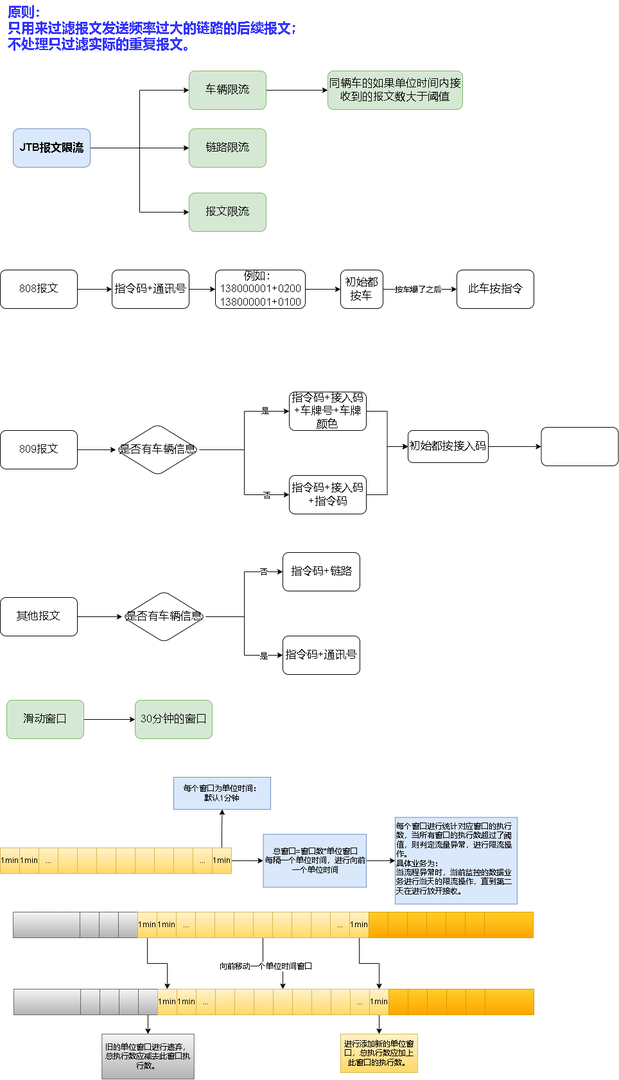
Before: jtb报文限流.drawio.png, a diagram exported from draw.io (xktder/draw). Source tidied: cells renumbered, new cells last; positions are measured from the earlier drawing's top-left corner, leaving out a move shared by most shapes.
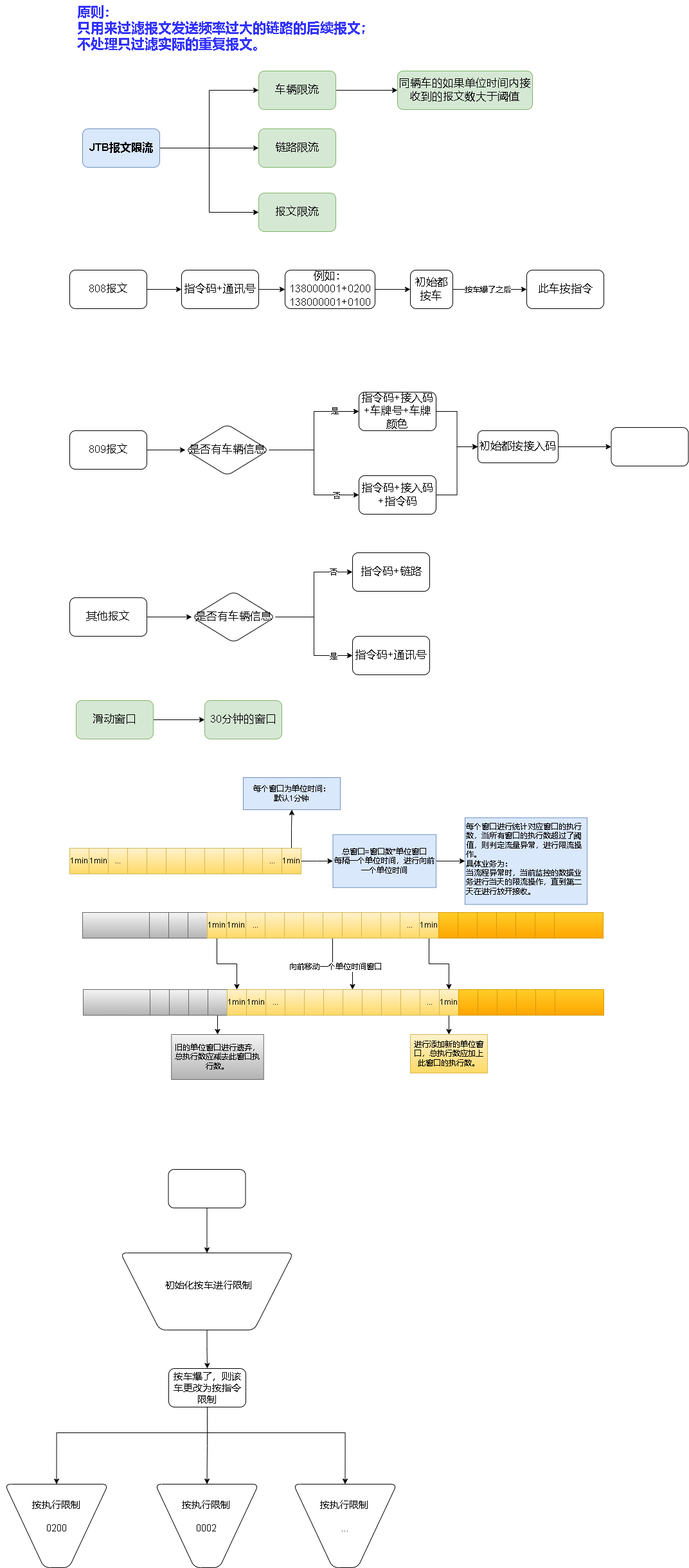
After the commit.

Commit message:
更新jtb报文限流.drawio.png

The edit, as a diff of the source:
```diff
@@ -389,5 +389,60 @@
     <mxCell id="121" style="whiteSpace=wrap;html=1;fontSize=17;rounded=1;" parent="1" vertex="1">
       <mxGeometry x="842.5" y="665" width="120" height="60" as="geometry" />
     </mxCell>
+    <mxCell id="122" style="edgeStyle=orthogonalEdgeStyle;rounded=0;jettySize=auto;html=1;entryX=0.5;entryY=1;entryDx=0;entryDy=0;fontSize=15;fontColor=#000000;" parent="1" edge="1" source="123" target="125">
+      <mxGeometry relative="1" as="geometry" />
+    </mxCell>
+    <mxCell id="123" style="rounded=1;whiteSpace=wrap;html=1;fontSize=12;fontColor=#000000;" parent="1" vertex="1">
+      <mxGeometry x="153.5" y="1820" width="120" height="60" as="geometry" />
+    </mxCell>
+    <mxCell id="124" style="edgeStyle=orthogonalEdgeStyle;rounded=0;jettySize=auto;html=1;entryX=0.5;entryY=0;entryDx=0;entryDy=0;fontSize=15;fontColor=#000000;" parent="1" edge="1" source="125" target="131">
+      <mxGeometry relative="1" as="geometry" />
+    </mxCell>
+    <mxCell id="125" style="shape=trapezoid;perimeter=trapezoidPerimeter;whiteSpace=wrap;html=1;fixedSize=1;fontColor=#000000;rounded=1;rotation=-180;size=61;" parent="1" vertex="1">
+      <mxGeometry x="79" y="1950" width="269" height="120" as="geometry" />
+    </mxCell>
+    <mxCell id="126" value="&lt;font style=&quot;font-size: 15px;&quot;&gt;初始化按车进行限制&lt;/font&gt;" style="text;html=1;strokeColor=none;fillColor=none;align=center;verticalAlign=middle;whiteSpace=wrap;rounded=0;fontSize=12;fontColor=#000000;" parent="1" vertex="1">
+      <mxGeometry x="129" y="1980" width="175" height="40" as="geometry" />
+    </mxCell>
+    <mxCell id="127" style="shape=trapezoid;perimeter=trapezoidPerimeter;whiteSpace=wrap;html=1;fixedSize=1;fontColor=#000000;rounded=1;rotation=-180;size=61;" parent="1" vertex="1">
+      <mxGeometry x="-101" y="2310" width="161" height="130" as="geometry" />
+    </mxCell>
+    <mxCell id="128" style="edgeStyle=orthogonalEdgeStyle;rounded=0;jettySize=auto;html=1;entryX=0.5;entryY=1;entryDx=0;entryDy=0;fontSize=15;fontColor=#000000;" parent="1" edge="1" source="131" target="127">
+      <mxGeometry relative="1" as="geometry">
+        <Array as="points">
+          <mxPoint x="214" y="2230" />
+          <mxPoint x="-20" y="2230" />
+        </Array>
+      </mxGeometry>
+    </mxCell>
+    <mxCell id="129" style="edgeStyle=orthogonalEdgeStyle;rounded=0;jettySize=auto;html=1;fontSize=15;fontColor=#000000;entryX=0.5;entryY=1;entryDx=0;entryDy=0;" parent="1" edge="1" source="131" target="133">
+      <mxGeometry relative="1" as="geometry" />
+    </mxCell>
+    <mxCell id="130" style="edgeStyle=orthogonalEdgeStyle;rounded=0;jettySize=auto;html=1;entryX=0.5;entryY=1;entryDx=0;entryDy=0;fontSize=15;fontColor=#000000;" parent="1" edge="1" source="131" target="135">
+      <mxGeometry relative="1" as="geometry">
+        <Array as="points">
+          <mxPoint x="214" y="2230" />
+          <mxPoint x="429" y="2230" />
+        </Array>
+      </mxGeometry>
+    </mxCell>
+    <mxCell id="131" value="&lt;font style=&quot;font-size: 15px;&quot;&gt;按车爆了，则该车更改为按指令限制&lt;/font&gt;" style="rounded=1;whiteSpace=wrap;html=1;fontSize=12;fontColor=#000000;" parent="1" vertex="1">
+      <mxGeometry x="154" y="2130" width="120" height="60" as="geometry" />
+    </mxCell>
+    <mxCell id="132" value="&lt;span style=&quot;font-size: 15px;&quot;&gt;按执行限制&lt;br&gt;&lt;br&gt;0200&lt;br&gt;&lt;/span&gt;" style="text;html=1;strokeColor=none;fillColor=none;align=center;verticalAlign=middle;whiteSpace=wrap;rounded=0;fontSize=12;fontColor=#000000;" parent="1" vertex="1">
+      <mxGeometry x="-108" y="2340" width="175" height="40" as="geometry" />
+    </mxCell>
+    <mxCell id="133" style="shape=trapezoid;perimeter=trapezoidPerimeter;whiteSpace=wrap;html=1;fixedSize=1;fontColor=#000000;rounded=1;rotation=-180;size=61;" parent="1" vertex="1">
+      <mxGeometry x="133" y="2310" width="161" height="130" as="geometry" />
+    </mxCell>
+    <mxCell id="134" value="&lt;span style=&quot;font-size: 15px;&quot;&gt;按执行限制&lt;br&gt;&lt;br&gt;0002&lt;br&gt;&lt;/span&gt;" style="text;html=1;strokeColor=none;fillColor=none;align=center;verticalAlign=middle;whiteSpace=wrap;rounded=0;fontSize=12;fontColor=#000000;" parent="1" vertex="1">
+      <mxGeometry x="125" y="2340" width="175" height="40" as="geometry" />
+    </mxCell>
+    <mxCell id="135" style="shape=trapezoid;perimeter=trapezoidPerimeter;whiteSpace=wrap;html=1;fixedSize=1;fontColor=#000000;rounded=1;rotation=-180;size=61;" parent="1" vertex="1">
+      <mxGeometry x="348" y="2310" width="161" height="130" as="geometry" />
+    </mxCell>
+    <mxCell id="136" value="&lt;span style=&quot;font-size: 15px;&quot;&gt;按执行限制&lt;br&gt;&lt;br&gt;...&lt;br&gt;&lt;/span&gt;" style="text;html=1;strokeColor=none;fillColor=none;align=center;verticalAlign=middle;whiteSpace=wrap;rounded=0;fontSize=12;fontColor=#000000;" parent="1" vertex="1">
+      <mxGeometry x="340" y="2340" width="175" height="40" as="geometry" />
+    </mxCell>
   </root>
 </mxGraphModel>
```
